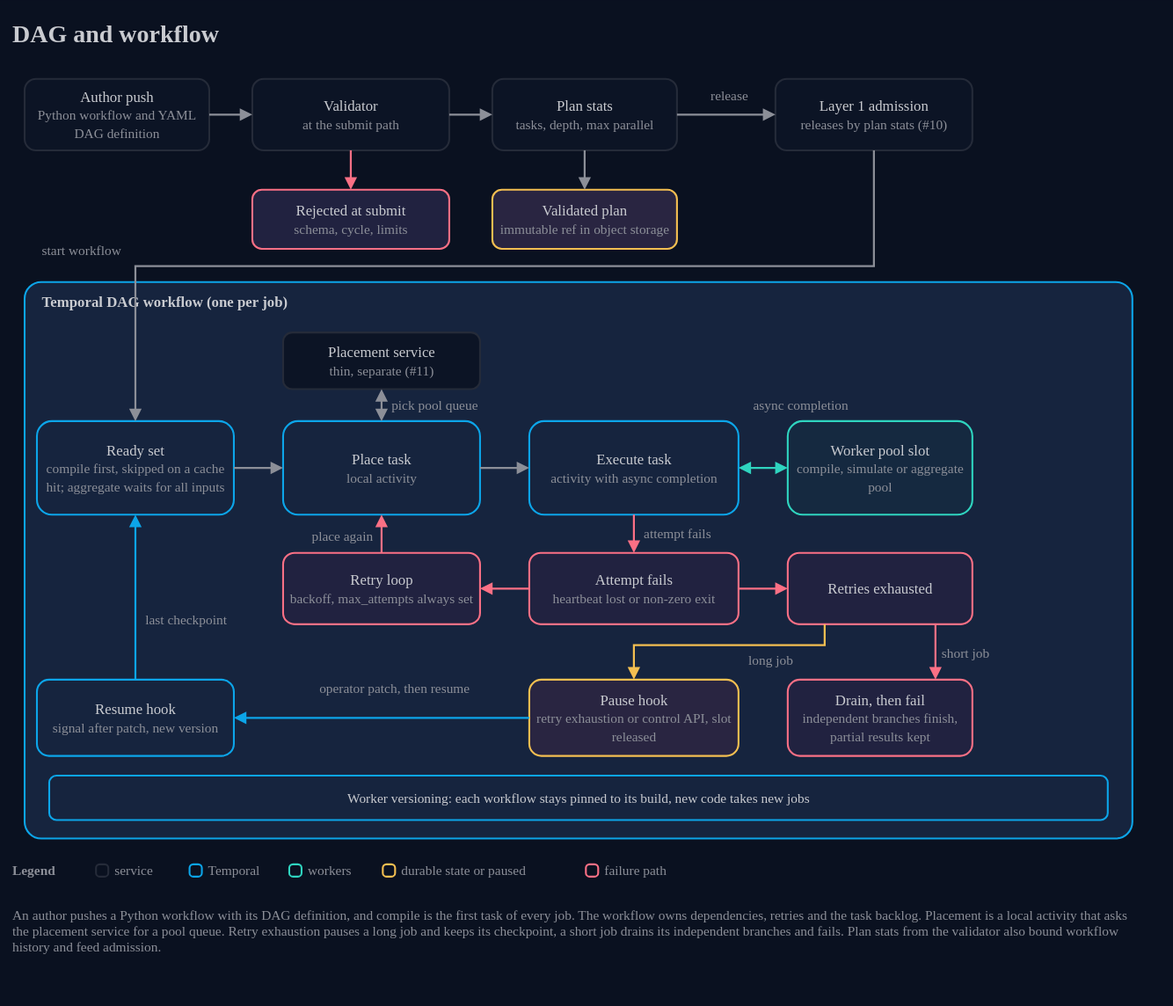
AndoNorth/wasm-dag-forge keeps this draw.io diagram as docs/architecture/12-dag-and-workflow.drawio.svg. Above is the earlier version. Source tidied: cells renumbered, new cells last; positions are measured from the earlier drawing's top-left corner, leaving out a move shared by most shapes.
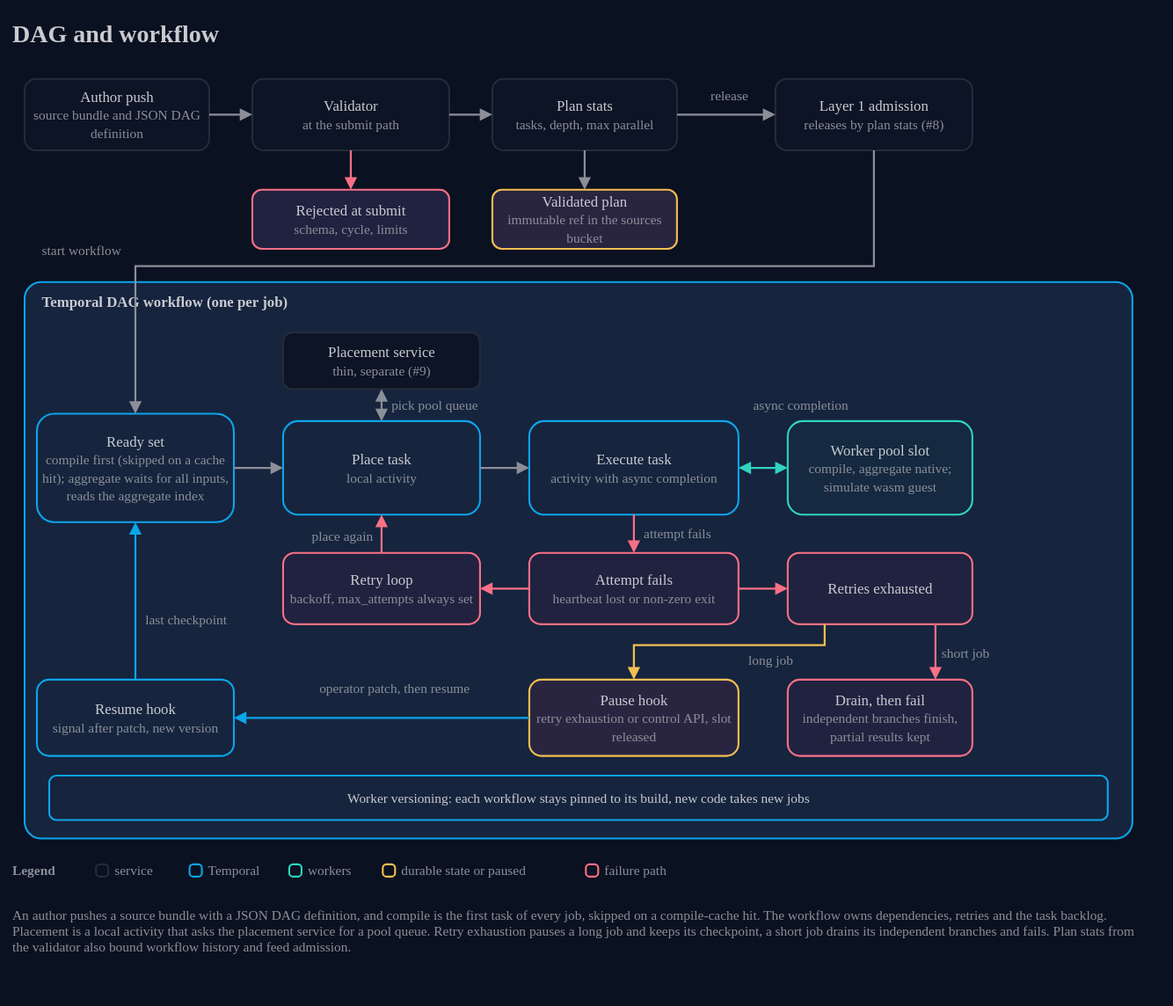
Above is the later version.

What changed in the source:
```diff
@@ -5,7 +5,7 @@
     <mxCell id="2" value="DAG and workflow" style="text;html=1;strokeColor=none;fillColor=none;align=left;verticalAlign=middle;whiteSpace=nowrap;fontColor=#c9cbd0;fontSize=20;fontStyle=1;fontFamily=IBM Plex Sans;spacing=0;" parent="1" vertex="1">
       <mxGeometry width="920" height="32" as="geometry" />
     </mxCell>
-    <mxCell id="3" value="Author push&lt;br&gt;&lt;font color=&quot;#8c8f98&quot; style=&quot;font-size:11px&quot;&gt;Python workflow and YAML DAG definition&lt;/font&gt;" style="rounded=1;arcSize=16;html=1;whiteSpace=wrap;fillColor=#0c1425;strokeColor=#252b39;strokeWidth=1.5;fontColor=#c9cbd0;fontSize=12;fontFamily=IBM Plex Sans;align=center;verticalAlign=middle;" parent="1" vertex="1">
+    <mxCell id="3" value="Author push&lt;br&gt;&lt;font color=&quot;#8c8f98&quot; style=&quot;font-size:11px&quot;&gt;source bundle and JSON DAG definition&lt;/font&gt;" style="rounded=1;arcSize=16;html=1;whiteSpace=wrap;fillColor=#0c1425;strokeColor=#252b39;strokeWidth=1.5;fontColor=#c9cbd0;fontSize=12;fontFamily=IBM Plex Sans;align=center;verticalAlign=middle;" parent="1" vertex="1">
       <mxGeometry x="10" y="54" width="150" height="58" as="geometry" />
     </mxCell>
     <mxCell id="4" value="Validator&lt;br&gt;&lt;font color=&quot;#8c8f98&quot; style=&quot;font-size:11px&quot;&gt;at the submit path&lt;/font&gt;" style="rounded=1;arcSize=16;html=1;whiteSpace=wrap;fillColor=#0c1425;strokeColor=#252b39;strokeWidth=1.5;fontColor=#c9cbd0;fontSize=12;fontFamily=IBM Plex Sans;align=center;verticalAlign=middle;" parent="1" vertex="1">
@@ -14,13 +14,13 @@
     <mxCell id="5" value="Plan stats&lt;br&gt;&lt;font color=&quot;#8c8f98&quot; style=&quot;font-size:11px&quot;&gt;tasks, depth, max parallel&lt;/font&gt;" style="rounded=1;arcSize=16;html=1;whiteSpace=wrap;fillColor=#0c1425;strokeColor=#252b39;strokeWidth=1.5;fontColor=#c9cbd0;fontSize=12;fontFamily=IBM Plex Sans;align=center;verticalAlign=middle;" parent="1" vertex="1">
       <mxGeometry x="390" y="54" width="150" height="58" as="geometry" />
     </mxCell>
-    <mxCell id="6" value="Layer 1 admission&lt;br&gt;&lt;font color=&quot;#8c8f98&quot; style=&quot;font-size:11px&quot;&gt;releases by plan stats (#10)&lt;/font&gt;" style="rounded=1;arcSize=16;html=1;whiteSpace=wrap;fillColor=#0c1425;strokeColor=#252b39;strokeWidth=1.5;fontColor=#c9cbd0;fontSize=12;fontFamily=IBM Plex Sans;align=center;verticalAlign=middle;" parent="1" vertex="1">
+    <mxCell id="6" value="Layer 1 admission&lt;br&gt;&lt;font color=&quot;#8c8f98&quot; style=&quot;font-size:11px&quot;&gt;releases by plan stats (#8)&lt;/font&gt;" style="rounded=1;arcSize=16;html=1;whiteSpace=wrap;fillColor=#0c1425;strokeColor=#252b39;strokeWidth=1.5;fontColor=#c9cbd0;fontSize=12;fontFamily=IBM Plex Sans;align=center;verticalAlign=middle;" parent="1" vertex="1">
       <mxGeometry x="620" y="54" width="160" height="58" as="geometry" />
     </mxCell>
     <mxCell id="7" value="Rejected at submit&lt;br&gt;&lt;font color=&quot;#8c8f98&quot; style=&quot;font-size:11px&quot;&gt;schema, cycle, limits&lt;/font&gt;" style="rounded=1;arcSize=16;html=1;whiteSpace=wrap;fillColor=#212240;strokeColor=#fb7085;strokeWidth=1.5;fontColor=#c9cbd0;fontSize=12;fontFamily=IBM Plex Sans;align=center;verticalAlign=middle;" parent="1" vertex="1">
       <mxGeometry x="195" y="144" width="160" height="48" as="geometry" />
     </mxCell>
-    <mxCell id="8" value="Validated plan&lt;br&gt;&lt;font color=&quot;#8c8f98&quot; style=&quot;font-size:11px&quot;&gt;immutable ref in object storage&lt;/font&gt;" style="rounded=1;arcSize=16;html=1;whiteSpace=wrap;fillColor=#292541;strokeColor=#f4bf51;strokeWidth=1.5;fontColor=#c9cbd0;fontSize=12;fontFamily=IBM Plex Sans;align=center;verticalAlign=middle;" parent="1" vertex="1">
+    <mxCell id="8" value="Validated plan&lt;br&gt;&lt;font color=&quot;#8c8f98&quot; style=&quot;font-size:11px&quot;&gt;immutable ref in the sources bucket&lt;/font&gt;" style="rounded=1;arcSize=16;html=1;whiteSpace=wrap;fillColor=#292541;strokeColor=#f4bf51;strokeWidth=1.5;fontColor=#c9cbd0;fontSize=12;fontFamily=IBM Plex Sans;align=center;verticalAlign=middle;" parent="1" vertex="1">
       <mxGeometry x="390" y="144" width="150" height="48" as="geometry" />
     </mxCell>
     <mxCell id="9" style="endArrow=block;endFill=1;startArrow=none;startFill=1;html=1;rounded=0;strokeColor=#8c8f98;strokeWidth=1.6;exitX=1;exitY=0.5;exitDx=0;exitDy=0;entryX=0;entryY=0.5;entryDx=0;entryDy=0;" parent="1" edge="1" source="3" target="4">
@@ -50,16 +50,16 @@
     <mxCell id="17" value="Place task&lt;br&gt;&lt;font color=&quot;#8c8f98&quot; style=&quot;font-size:11px&quot;&gt;local activity&lt;/font&gt;" style="rounded=1;arcSize=16;html=1;whiteSpace=wrap;fillColor=#16243e;strokeColor=#0ca5e9;strokeWidth=1.5;fontColor=#c9cbd0;fontSize=12;fontFamily=IBM Plex Sans;align=center;verticalAlign=middle;" parent="1" vertex="1">
       <mxGeometry x="220" y="332" width="160" height="76" as="geometry" />
     </mxCell>
-    <mxCell id="18" value="Placement service&lt;br&gt;&lt;font color=&quot;#8c8f98&quot; style=&quot;font-size:11px&quot;&gt;thin, separate (#11)&lt;/font&gt;" style="rounded=1;arcSize=16;html=1;whiteSpace=wrap;fillColor=#0c1425;strokeColor=#252b39;strokeWidth=1.5;fontColor=#c9cbd0;fontSize=12;fontFamily=IBM Plex Sans;align=center;verticalAlign=middle;" parent="1" vertex="1">
+    <mxCell id="18" value="Placement service&lt;br&gt;&lt;font color=&quot;#8c8f98&quot; style=&quot;font-size:11px&quot;&gt;thin, separate (#9)&lt;/font&gt;" style="rounded=1;arcSize=16;html=1;whiteSpace=wrap;fillColor=#0c1425;strokeColor=#252b39;strokeWidth=1.5;fontColor=#c9cbd0;fontSize=12;fontFamily=IBM Plex Sans;align=center;verticalAlign=middle;" parent="1" vertex="1">
       <mxGeometry x="220" y="260" width="160" height="46" as="geometry" />
     </mxCell>
-    <mxCell id="19" value="Ready set&lt;br&gt;&lt;font color=&quot;#8c8f98&quot; style=&quot;font-size:11px&quot;&gt;compile first, skipped on a cache hit; aggregate waits for all inputs&lt;/font&gt;" style="rounded=1;arcSize=16;html=1;whiteSpace=wrap;fillColor=#16243e;strokeColor=#0ca5e9;strokeWidth=1.5;fontColor=#c9cbd0;fontSize=12;fontFamily=IBM Plex Sans;align=center;verticalAlign=middle;" parent="1" vertex="1">
-      <mxGeometry x="20" y="332" width="160" height="76" as="geometry" />
+    <mxCell id="19" value="Ready set&lt;br&gt;&lt;font color=&quot;#8c8f98&quot; style=&quot;font-size:11px&quot;&gt;compile first (skipped on a cache hit); aggregate waits for all inputs, reads the aggregate index&lt;/font&gt;" style="rounded=1;arcSize=16;html=1;whiteSpace=wrap;fillColor=#16243e;strokeColor=#0ca5e9;strokeWidth=1.5;fontColor=#c9cbd0;fontSize=12;fontFamily=IBM Plex Sans;align=center;verticalAlign=middle;" parent="1" vertex="1">
+      <mxGeometry x="20" y="326" width="160" height="88" as="geometry" />
     </mxCell>
     <mxCell id="20" value="Execute task&lt;br&gt;&lt;font color=&quot;#8c8f98&quot; style=&quot;font-size:11px&quot;&gt;activity with async completion&lt;/font&gt;" style="rounded=1;arcSize=16;html=1;whiteSpace=wrap;fillColor=#16243e;strokeColor=#0ca5e9;strokeWidth=1.5;fontColor=#c9cbd0;fontSize=12;fontFamily=IBM Plex Sans;align=center;verticalAlign=middle;" parent="1" vertex="1">
       <mxGeometry x="420" y="332" width="170" height="76" as="geometry" />
     </mxCell>
-    <mxCell id="21" value="Worker pool slot&lt;br&gt;&lt;font color=&quot;#8c8f98&quot; style=&quot;font-size:11px&quot;&gt;compile, simulate or aggregate pool&lt;/font&gt;" style="rounded=1;arcSize=16;html=1;whiteSpace=wrap;fillColor=#152940;strokeColor=#2fd4bf;strokeWidth=1.5;fontColor=#c9cbd0;fontSize=12;fontFamily=IBM Plex Sans;align=center;verticalAlign=middle;" parent="1" vertex="1">
+    <mxCell id="21" value="Worker pool slot&lt;br&gt;&lt;font color=&quot;#8c8f98&quot; style=&quot;font-size:11px&quot;&gt;compile, aggregate native; simulate wasm guest&lt;/font&gt;" style="rounded=1;arcSize=16;html=1;whiteSpace=wrap;fillColor=#152940;strokeColor=#2fd4bf;strokeWidth=1.5;fontColor=#c9cbd0;fontSize=12;fontFamily=IBM Plex Sans;align=center;verticalAlign=middle;" parent="1" vertex="1">
       <mxGeometry x="630" y="332" width="150" height="76" as="geometry" />
     </mxCell>
     <mxCell id="22" value="Retry loop&lt;br&gt;&lt;font color=&quot;#8c8f98&quot; style=&quot;font-size:11px&quot;&gt;backoff, max_attempts always set&lt;/font&gt;" style="rounded=1;arcSize=16;html=1;whiteSpace=wrap;fillColor=#212240;strokeColor=#fb7085;strokeWidth=1.5;fontColor=#c9cbd0;fontSize=12;fontFamily=IBM Plex Sans;align=center;verticalAlign=middle;" parent="1" vertex="1">
@@ -192,7 +192,7 @@
     <mxCell id="61" value="failure path" style="text;html=1;strokeColor=none;fillColor=none;align=left;verticalAlign=middle;whiteSpace=nowrap;fontColor=#8c8f98;fontSize=11;fontFamily=IBM Plex Sans;spacing=0;" parent="1" vertex="1">
       <mxGeometry x="481" y="688" width="75" height="18" as="geometry" />
     </mxCell>
-    <mxCell id="62" value="An author pushes a Python workflow with its DAG definition, and compile is the first task of every job. The workflow owns dependencies, retries and the task backlog. Placement is a local activity that asks the placement service for a pool queue. Retry exhaustion pauses a long job and keeps its checkpoint, a short job drains its independent branches and fails. Plan stats from the validator also bound workflow history and feed admission." style="text;html=1;strokeColor=none;fillColor=none;align=left;verticalAlign=top;whiteSpace=wrap;fontColor=#8c8f98;fontSize=11;fontFamily=IBM Plex Sans;spacing=0;" parent="1" vertex="1">
+    <mxCell id="62" value="An author pushes a source bundle with a JSON DAG definition, and compile is the first task of every job, skipped on a compile-cache hit. The workflow owns dependencies, retries and the task backlog. Placement is a local activity that asks the placement service for a pool queue. Retry exhaustion pauses a long job and keeps its checkpoint, a short job drains its independent branches and fails. Plan stats from the validator also bound workflow history and feed admission." style="text;html=1;strokeColor=none;fillColor=none;align=left;verticalAlign=top;whiteSpace=wrap;fontColor=#8c8f98;fontSize=11;fontFamily=IBM Plex Sans;spacing=0;" parent="1" vertex="1">
       <mxGeometry y="722" width="920" height="64" as="geometry" />
     </mxCell>
   </root>
```
